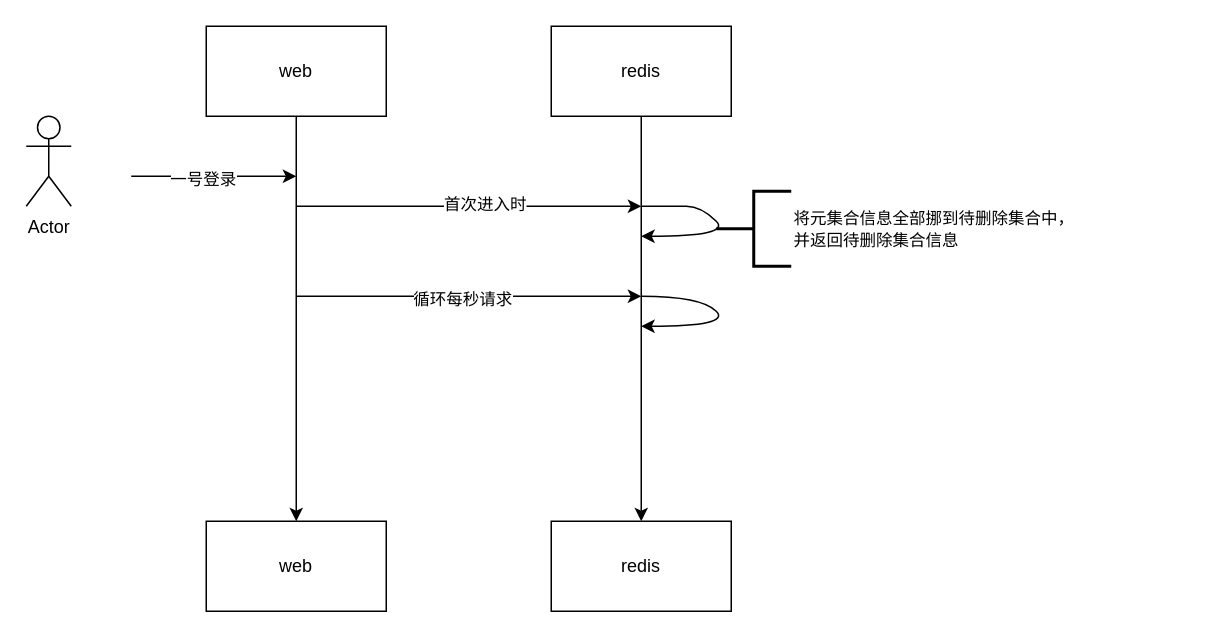
Before: page "第 2 页" (2 of 2) of 未命名绘图.drawio in fengyong7723131/work, a draw.io diagram. Source tidied: cells renumbered, new cells numbered last; positions are measured from the earlier drawing's top-left corner, leaving out a move shared by most shapes. Both pictures are drawn from the tidied source at 150%, with x=0, y=0 at pixel (26, 26).
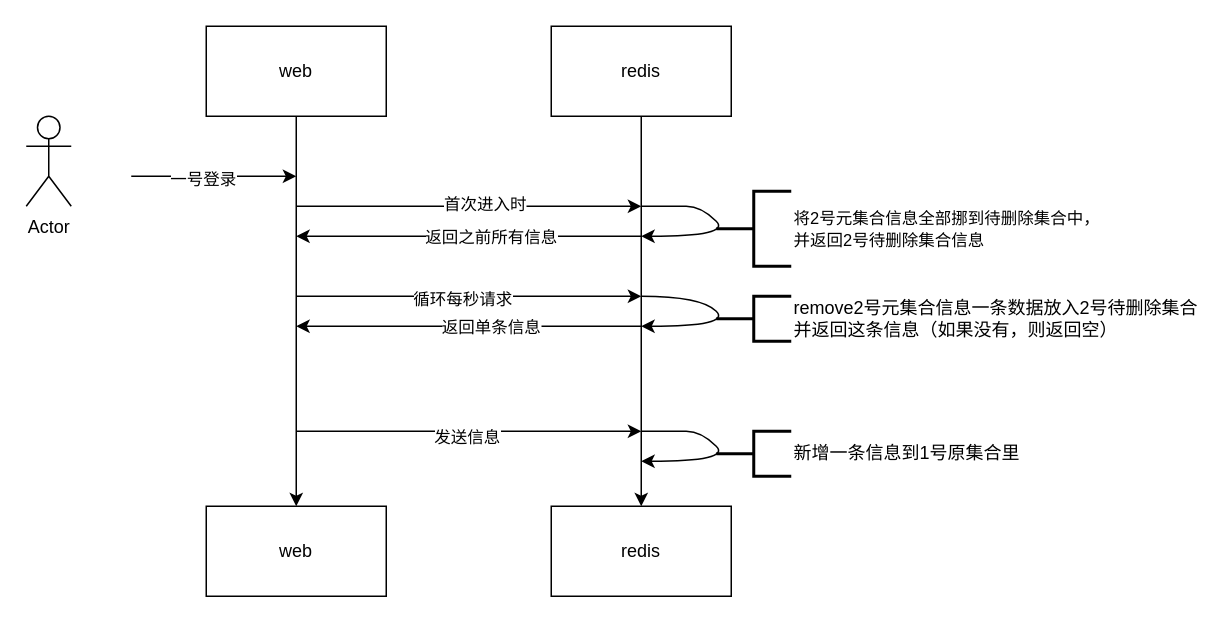
The same page after the edit.

Commit message:
更新未命名绘图.drawio

The edit, as a diff of the source:
```diff
@@
     <mxCell id="4" value="web" style="rounded=0;whiteSpace=wrap;html=1;" parent="1" vertex="1">
-      <mxGeometry x="120" y="330" width="120" height="60" as="geometry" />
+      <mxGeometry x="120" y="320" width="120" height="60" as="geometry" />
     </mxCell>
@@
     <mxCell id="7" value="redis" style="rounded=0;whiteSpace=wrap;html=1;" parent="1" vertex="1">
-      <mxGeometry x="350" y="330" width="120" height="60" as="geometry" />
+      <mxGeometry x="350" y="320" width="120" height="60" as="geometry" />
     </mxCell>
@@
-    <mxCell id="14" value="&lt;span style=&quot;font-size: 11px ; text-align: center ; background-color: rgb(255 , 255 , 255)&quot;&gt;将元集合信息全部挪到待删除集合中，&lt;br&gt;并返回待删除集合信息&lt;/span&gt;" style="strokeWidth=2;html=1;shape=mxgraph.flowchart.annotation_2;align=left;labelPosition=right;" parent="1" vertex="1">
+    <mxCell id="14" value="&lt;span style=&quot;font-size: 11px ; text-align: center ; background-color: rgb(255 , 255 , 255)&quot;&gt;将2号元集合信息全部挪到待删除集合中，&lt;br&gt;并返回2号待删除集合信息&lt;/span&gt;" style="strokeWidth=2;html=1;shape=mxgraph.flowchart.annotation_2;align=left;labelPosition=right;" parent="1" vertex="1">
       <mxGeometry x="460" y="110" width="50" height="50" as="geometry" />
     </mxCell>
@@
+    <mxCell id="18" value="remove2号元集合信息一条数据放入2号待删除集合&lt;br&gt;并返回这条信息（如果没有，则返回空）" style="strokeWidth=2;html=1;shape=mxgraph.flowchart.annotation_2;align=left;labelPosition=right;" parent="1" vertex="1">
+      <mxGeometry x="460" y="180" width="50" height="30" as="geometry" />
+    </mxCell>
+    <mxCell id="19" style="endArrow=classic;html=1;" parent="1" edge="1">
+      <mxGeometry relative="1" as="geometry">
+        <mxPoint x="410" y="140" as="sourcePoint" />
+        <mxPoint x="180" y="140" as="targetPoint" />
+      </mxGeometry>
+    </mxCell>
+    <mxCell id="20" value="返回之前所有信息" style="edgeLabel;html=1;align=center;verticalAlign=middle;" parent="19" vertex="1">
+      <mxGeometry x="-0.12" relative="1" as="geometry" />
+    </mxCell>
+    <mxCell id="21" style="endArrow=classic;html=1;" parent="1" edge="1">
+      <mxGeometry relative="1" as="geometry">
+        <mxPoint x="410" y="200" as="sourcePoint" />
+        <mxPoint x="180" y="200" as="targetPoint" />
+      </mxGeometry>
+    </mxCell>
+    <mxCell id="22" value="返回单条信息" style="edgeLabel;html=1;align=center;verticalAlign=middle;" parent="21" vertex="1">
+      <mxGeometry x="-0.12" relative="1" as="geometry" />
+    </mxCell>
+    <mxCell id="23" style="endArrow=classic;html=1;" parent="1" edge="1">
+      <mxGeometry relative="1" as="geometry">
+        <mxPoint x="180" y="270" as="sourcePoint" />
+        <mxPoint x="410" y="270" as="targetPoint" />
+      </mxGeometry>
+    </mxCell>
+    <mxCell id="24" value="发送信息" style="edgeLabel;html=1;align=center;verticalAlign=middle;" parent="23" vertex="1">
+      <mxGeometry x="-0.02" y="-3" relative="1" as="geometry" />
+    </mxCell>
+    <mxCell id="25" style="curved=1;endArrow=classic;html=1;" parent="1" edge="1">
+      <mxGeometry relative="1" as="geometry">
+        <mxPoint x="410" y="270" as="sourcePoint" />
+        <mxPoint x="410" y="290" as="targetPoint" />
+        <Array as="points">
+          <mxPoint x="430" y="270" />
+          <mxPoint x="450" y="270" />
+          <mxPoint x="470" y="290" />
+        </Array>
+      </mxGeometry>
+    </mxCell>
+    <mxCell id="26" value="新增一条信息到1号原集合里" style="strokeWidth=2;html=1;shape=mxgraph.flowchart.annotation_2;align=left;labelPosition=right;" parent="1" vertex="1">
+      <mxGeometry x="460" y="270" width="50" height="30" as="geometry" />
+    </mxCell>
```
